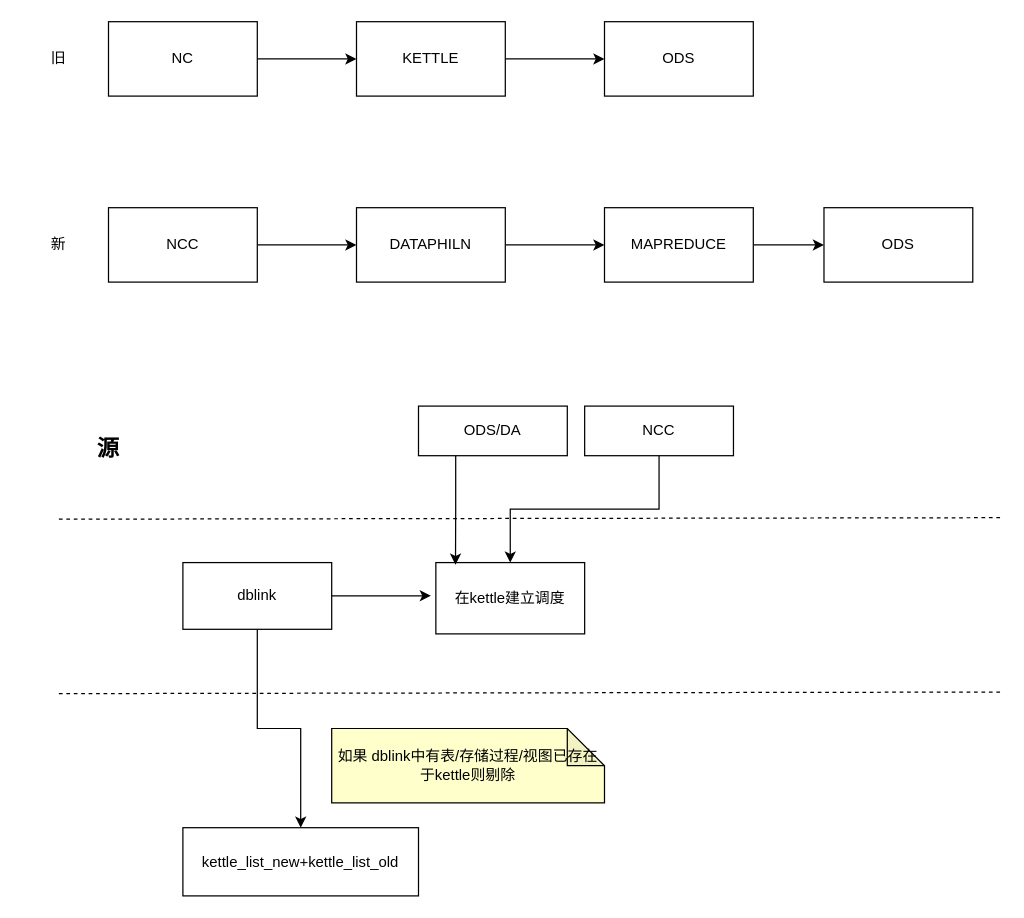
The draw.io diagram img/NCC升级改造.drawio in ztacode/drawio, before the edit. Source tidied: cells renumbered, new cells numbered last; positions are measured from the earlier drawing's top-left corner, leaving out a move shared by most shapes. Both pictures are drawn from the tidied source at 124%, with x=0, y=0 at pixel (21, 21).
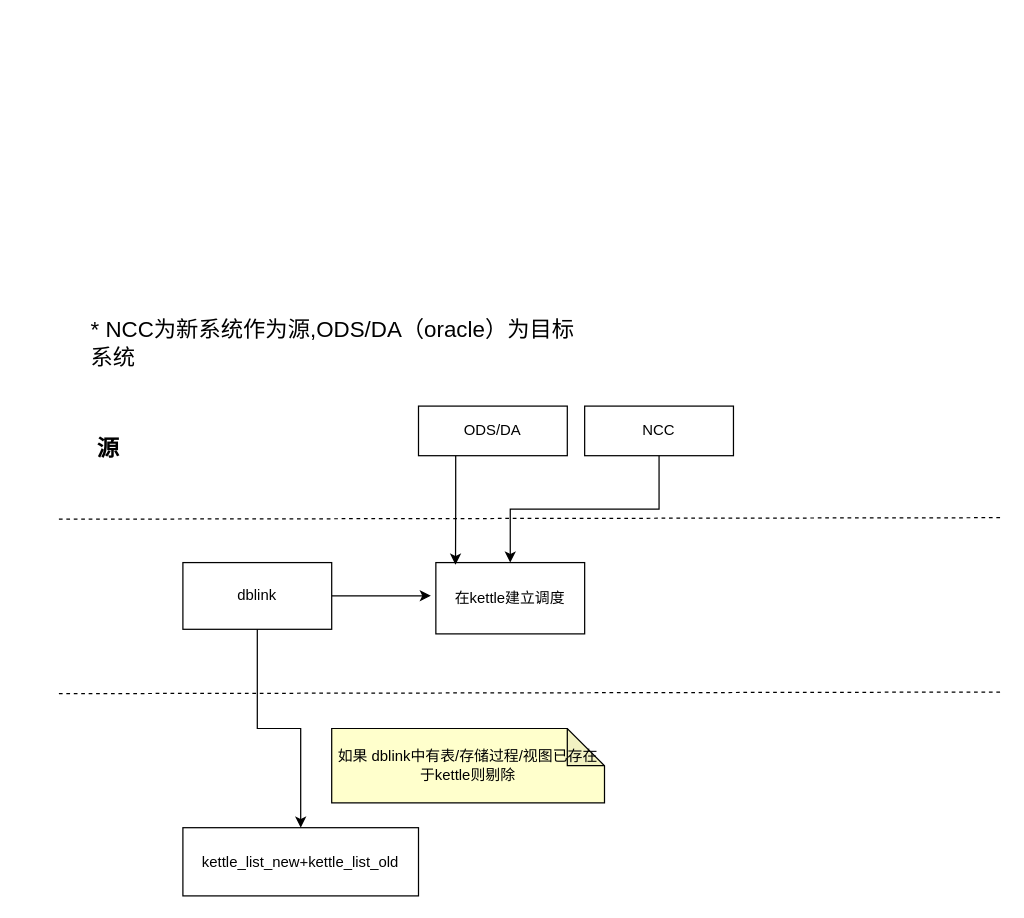
The same page after the edit.

Commit message (it also covers changes not shown here):
更新NCC升级改造.drawio

What changed in the source:
```diff
@@
-    <mxCell id="3" style="edgeStyle=orthogonalEdgeStyle;rounded=0;jettySize=auto;html=1;exitX=1;exitY=0.5;exitDx=0;exitDy=0;entryX=0;entryY=0.5;entryDx=0;entryDy=0;" parent="1" edge="1" source="4" target="6">
-      <mxGeometry relative="1" as="geometry" />
-    </mxCell>
-    <mxCell id="4" value="NC" style="rounded=0;whiteSpace=wrap;html=1;" parent="1" vertex="1">
-      <mxGeometry x="70" width="120" height="60" as="geometry" />
-    </mxCell>
-    <mxCell id="5" style="edgeStyle=orthogonalEdgeStyle;rounded=0;jettySize=auto;html=1;exitX=1;exitY=0.5;exitDx=0;exitDy=0;" parent="1" edge="1" source="6" target="7">
-      <mxGeometry relative="1" as="geometry" />
-    </mxCell>
-    <mxCell id="6" value="KETTLE" style="rounded=0;whiteSpace=wrap;html=1;" parent="1" vertex="1">
-      <mxGeometry x="270" width="120" height="60" as="geometry" />
-    </mxCell>
-    <mxCell id="7" value="ODS" style="rounded=0;whiteSpace=wrap;html=1;" parent="1" vertex="1">
-      <mxGeometry x="470" width="120" height="60" as="geometry" />
-    </mxCell>
-    <mxCell id="8" style="edgeStyle=orthogonalEdgeStyle;rounded=0;jettySize=auto;html=1;exitX=1;exitY=0.5;exitDx=0;exitDy=0;entryX=0;entryY=0.5;entryDx=0;entryDy=0;" parent="1" edge="1" source="9" target="11">
-      <mxGeometry relative="1" as="geometry" />
-    </mxCell>
-    <mxCell id="9" value="NCC" style="rounded=0;whiteSpace=wrap;html=1;" parent="1" vertex="1">
-      <mxGeometry x="70" y="150" width="120" height="60" as="geometry" />
-    </mxCell>
-    <mxCell id="10" style="edgeStyle=orthogonalEdgeStyle;rounded=0;jettySize=auto;html=1;exitX=1;exitY=0.5;exitDx=0;exitDy=0;" parent="1" edge="1" source="11" target="13">
-      <mxGeometry relative="1" as="geometry" />
-    </mxCell>
-    <mxCell id="11" value="DATAPHILN" style="rounded=0;whiteSpace=wrap;html=1;" parent="1" vertex="1">
-      <mxGeometry x="270" y="150" width="120" height="60" as="geometry" />
-    </mxCell>
-    <mxCell id="12" style="edgeStyle=orthogonalEdgeStyle;rounded=0;jettySize=auto;html=1;exitX=1;exitY=0.5;exitDx=0;exitDy=0;" parent="1" edge="1" source="13" target="14">
-      <mxGeometry relative="1" as="geometry" />
-    </mxCell>
-    <mxCell id="13" value="MAPREDUCE" style="rounded=0;whiteSpace=wrap;html=1;" parent="1" vertex="1">
-      <mxGeometry x="470" y="150" width="120" height="60" as="geometry" />
-    </mxCell>
-    <mxCell id="14" value="ODS" style="rounded=0;whiteSpace=wrap;html=1;" parent="1" vertex="1">
-      <mxGeometry x="647" y="150" width="120" height="60" as="geometry" />
-    </mxCell>
-    <mxCell id="15" value="旧" style="text;html=1;strokeColor=none;fillColor=none;align=center;verticalAlign=middle;whiteSpace=wrap;rounded=0;" parent="1" vertex="1">
-      <mxGeometry y="15" width="60" height="30" as="geometry" />
-    </mxCell>
-    <mxCell id="16" value="新" style="text;html=1;strokeColor=none;fillColor=none;align=center;verticalAlign=middle;whiteSpace=wrap;rounded=0;" parent="1" vertex="1">
-      <mxGeometry y="165" width="60" height="30" as="geometry" />
-    </mxCell>
@@
+    <mxCell id="29" value="* NCC为新系统作为源,ODS/DA（oracle）为目标系统" style="text;html=1;strokeColor=none;fillColor=none;align=left;verticalAlign=middle;whiteSpace=wrap;rounded=0;fontFamily=Helvetica;fontSize=18;" parent="1" vertex="1">
+      <mxGeometry x="54" y="240" width="400" height="40" as="geometry" />
+    </mxCell>
```
